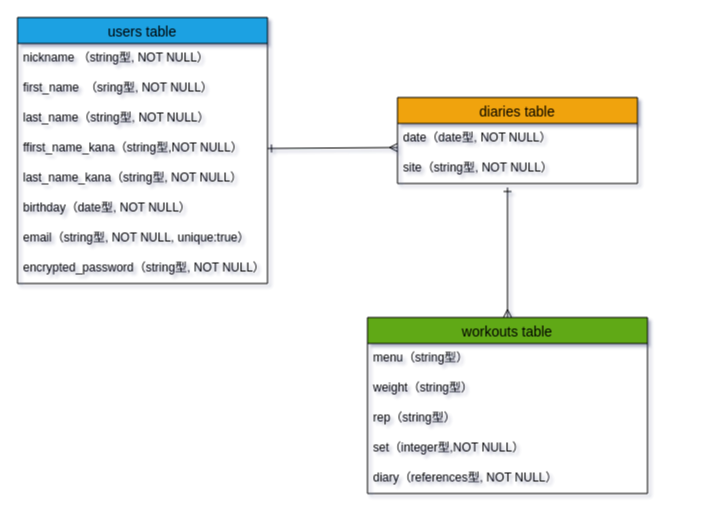
Before: workout_diary.dio in wataru5354/workout_diary, a draw.io diagram. Source tidied: cells renumbered, new cells numbered last; positions are measured from the earlier drawing's top-left corner, leaving out a move shared by most shapes. Both pictures are drawn from the tidied source at 100%, with x=0, y=0 at pixel (17, 17).
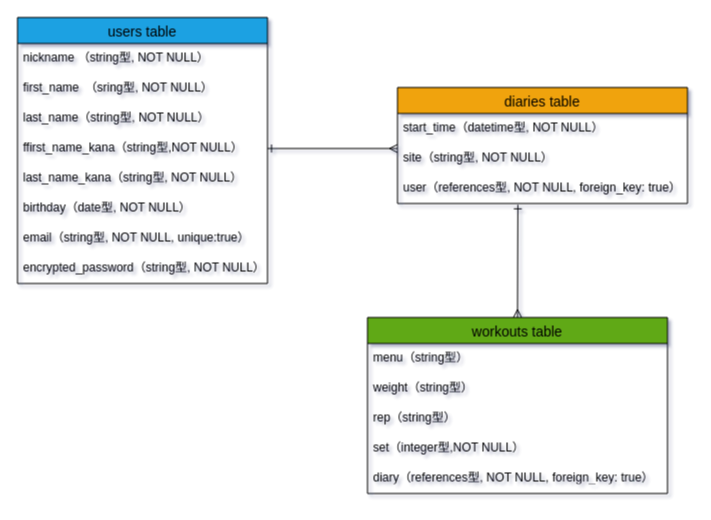
Above is the later version.

The change refers to these unchanged cells:
```xml
<mxCell id="6" value="ffirst_name_kana（string型,NOT NULL）" style="text;strokeColor=none;fillColor=none;spacingLeft=4;spacingRight=4;overflow=hidden;points=[[0,0.5],[1,0.5]];portConstraint=eastwest;fontSize=12;" parent="2" vertex="1">
  <mxGeometry y="116" width="250" height="30" as="geometry" />
</mxCell>
```

Change to the diagram source:
```diff
@@
     <mxCell id="11" value="diaries table" style="swimlane;fontStyle=0;horizontal=1;startSize=26;align=center;fontSize=14;fillColor=#f0a30a;fontColor=#000000;strokeColor=#000000;" parent="1" vertex="1">
-      <mxGeometry x="380" y="80" width="240" height="86" as="geometry" />
+      <mxGeometry x="380" y="70" width="290" height="116" as="geometry" />
     </mxCell>
-    <mxCell id="12" value="date（date型, NOT NULL）" style="text;strokeColor=none;fillColor=none;spacingLeft=4;spacingRight=4;overflow=hidden;fontSize=12;" parent="11" vertex="1">
-      <mxGeometry y="26" width="240" height="30" as="geometry" />
+    <mxCell id="12" value="start_time（datetime型, NOT NULL）" style="text;strokeColor=none;fillColor=none;spacingLeft=4;spacingRight=4;overflow=hidden;fontSize=12;" parent="11" vertex="1">
+      <mxGeometry y="26" width="290" height="30" as="geometry" />
     </mxCell>
     <mxCell id="13" value="site（string型, NOT NULL）" style="text;strokeColor=none;fillColor=none;spacingLeft=4;spacingRight=4;overflow=hidden;fontSize=12;" parent="11" vertex="1">
-      <mxGeometry y="56" width="240" height="30" as="geometry" />
+      <mxGeometry y="56" width="290" height="30" as="geometry" />
     </mxCell>
+    <mxCell id="22" value="user（references型, NOT NULL, foreign_key: true）" style="text;strokeColor=none;fillColor=none;spacingLeft=4;spacingRight=4;overflow=hidden;points=[[0,0.5],[1,0.5]];portConstraint=eastwest;fontSize=12;" parent="11" vertex="1">
+      <mxGeometry y="86" width="290" height="30" as="geometry" />
+    </mxCell>
-    <mxCell id="14" style="edgeStyle=none;html=1;exitX=0.5;exitY=0;exitDx=0;exitDy=0;startArrow=ERmany;startFill=0;endArrow=ERone;endFill=0;" parent="1" edge="1" source="15">
-      <mxGeometry relative="1" as="geometry">
-        <mxPoint x="490" y="170" as="targetPoint" />
-      </mxGeometry>
+    <mxCell id="14" style="edgeStyle=none;html=1;exitX=0.5;exitY=0;exitDx=0;exitDy=0;startArrow=ERmany;startFill=0;endArrow=ERone;endFill=0;entryX=0.415;entryY=1.044;entryDx=0;entryDy=0;entryPerimeter=0;" parent="1" edge="1" source="15" target="22">
+      <mxGeometry relative="1" as="geometry" />
     </mxCell>
     <mxCell id="15" value="workouts table" style="swimlane;fontStyle=0;horizontal=1;startSize=26;align=center;fontSize=14;swimlaneFillColor=none;strokeColor=#000000;fillColor=#60a917;fontColor=#000000;labelBackgroundColor=none;" parent="1" vertex="1">
-      <mxGeometry x="350" y="300" width="280" height="176" as="geometry" />
+      <mxGeometry x="350" y="300" width="300" height="176" as="geometry" />
     </mxCell>
     <mxCell id="16" value="menu（string型）" style="text;spacingLeft=4;spacingRight=4;overflow=hidden;fontSize=12;" parent="15" vertex="1">
-      <mxGeometry y="26" width="280" height="30" as="geometry" />
+      <mxGeometry y="26" width="300" height="30" as="geometry" />
     </mxCell>
     <mxCell id="17" value="weight（string型）" style="text;strokeColor=none;fillColor=none;spacingLeft=4;spacingRight=4;overflow=hidden;fontSize=12;" parent="15" vertex="1">
-      <mxGeometry y="56" width="280" height="30" as="geometry" />
+      <mxGeometry y="56" width="300" height="30" as="geometry" />
     </mxCell>
     <mxCell id="18" value="rep（string型）" style="text;strokeColor=none;fillColor=none;spacingLeft=4;spacingRight=4;overflow=hidden;fontSize=12;" parent="15" vertex="1">
-      <mxGeometry y="86" width="280" height="30" as="geometry" />
+      <mxGeometry y="86" width="300" height="30" as="geometry" />
     </mxCell>
     <mxCell id="19" value="set（integer型,NOT NULL）" style="text;strokeColor=none;fillColor=none;spacingLeft=4;spacingRight=4;overflow=hidden;fontSize=12;" parent="15" vertex="1">
-      <mxGeometry y="116" width="280" height="30" as="geometry" />
+      <mxGeometry y="116" width="300" height="30" as="geometry" />
     </mxCell>
-    <mxCell id="20" value="diary（references型, NOT NULL）" style="text;strokeColor=none;fillColor=none;spacingLeft=4;spacingRight=4;overflow=hidden;fontSize=12;" parent="15" vertex="1">
-      <mxGeometry y="146" width="280" height="30" as="geometry" />
+    <mxCell id="20" value="diary（references型, NOT NULL, foreign_key: true）" style="text;strokeColor=none;fillColor=none;spacingLeft=4;spacingRight=4;overflow=hidden;fontSize=12;whiteSpace=wrap;" parent="15" vertex="1">
+      <mxGeometry y="146" width="300" height="30" as="geometry" />
     </mxCell>
     <mxCell id="21" style="edgeStyle=none;html=1;exitX=1;exitY=0.5;exitDx=0;exitDy=0;startArrow=ERone;startFill=0;endArrow=ERmany;endFill=0;" parent="1" edge="1" source="6">
       <mxGeometry relative="1" as="geometry">
-        <mxPoint x="380" y="130" as="targetPoint" />
+        <mxPoint x="380" y="131" as="targetPoint" />
       </mxGeometry>
     </mxCell>
```
